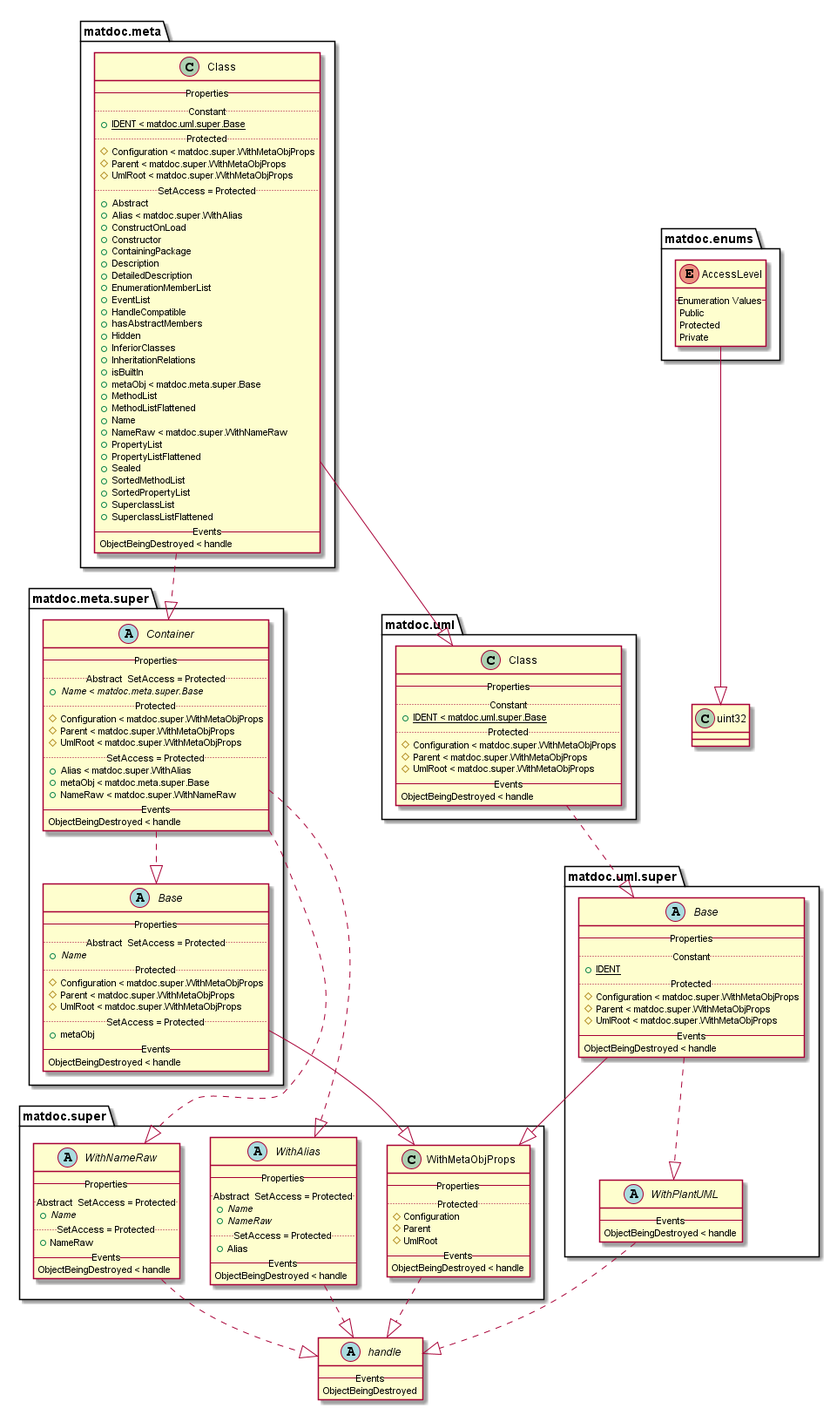
This is doc/uml-examples/export-class-HideMethods-true.png from flxdot/matdoc, a PlantUML export, as it was before one commit.
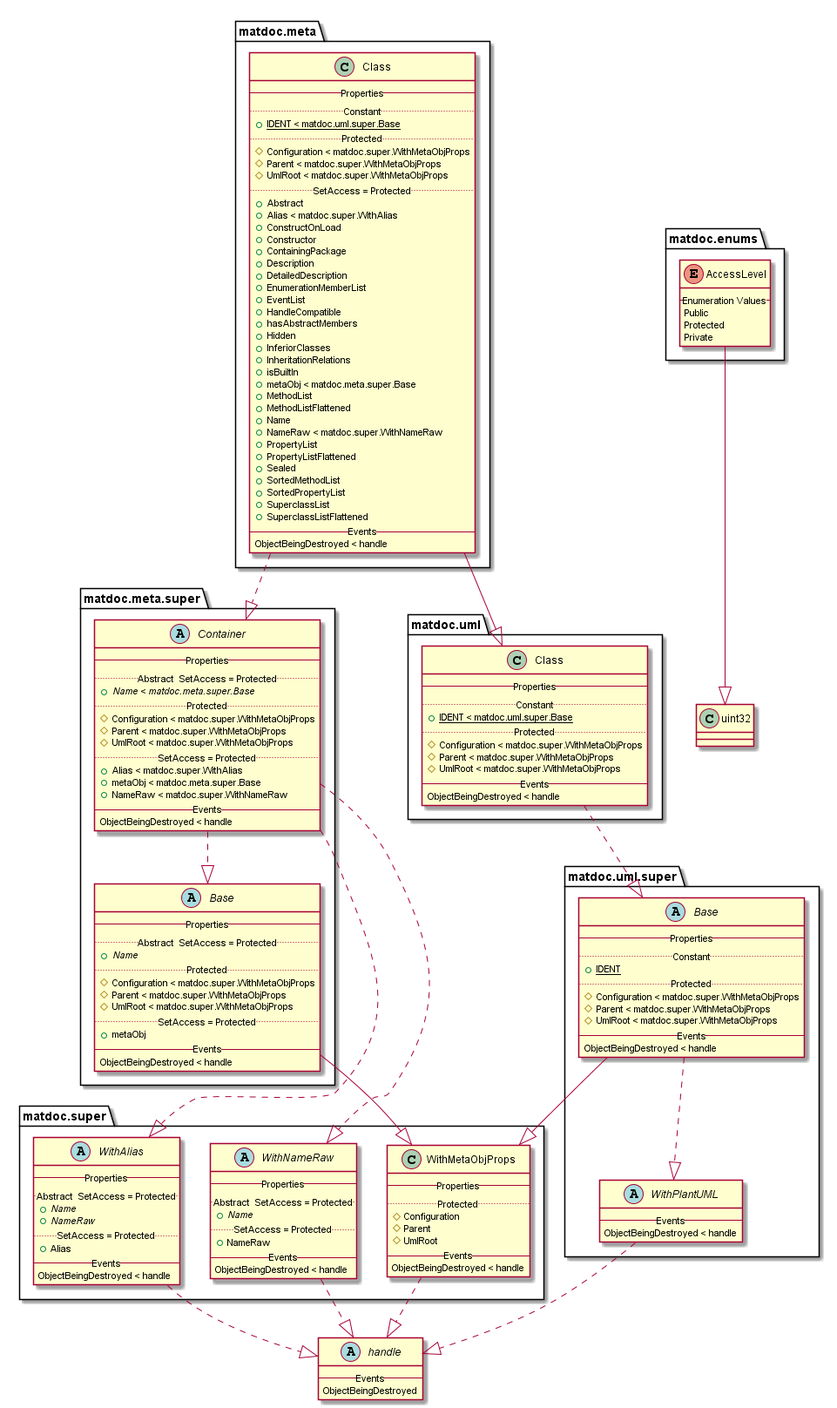
The same diagram one commit later.

The edit, as a diff of the source:
```diff
@@ -5,15 +5,12 @@
    ObjectBeingDestroyed
 }
 
-
 enum matdoc.enums.AccessLevel {
    -- Enumeration Values --
    Public
    Protected
    Private
 }
-
-matdoc.enums.AccessLevel --|> uint32
 
 class matdoc.meta.Class {
    -- Properties --
@@ -55,9 +52,6 @@
    ObjectBeingDestroyed < handle
 }
 
-matdoc.meta.Class ..|> matdoc.meta.super.Container
-matdoc.meta.Class --|> matdoc.uml.Class
-
 abstract class matdoc.meta.super.Base {
    -- Properties --
    .. Abstract  SetAccess = Protected ..
@@ -71,8 +65,6 @@
    -- Events --
    ObjectBeingDestroyed < handle
 }
-
-matdoc.meta.super.Base --|> matdoc.super.WithMetaObjProps
 
 abstract class matdoc.meta.super.Container {
    -- Properties --
@@ -90,10 +82,6 @@
    ObjectBeingDestroyed < handle
 }
 
-matdoc.meta.super.Container ..|> matdoc.meta.super.Base
-matdoc.meta.super.Container ..|> matdoc.super.WithNameRaw
-matdoc.meta.super.Container ..|> matdoc.super.WithAlias
-
 abstract class matdoc.super.WithAlias {
    -- Properties --
    .. Abstract  SetAccess = Protected ..
@@ -105,8 +93,6 @@
    ObjectBeingDestroyed < handle
 }
 
-matdoc.super.WithAlias ..|> handle
-
 class matdoc.super.WithMetaObjProps {
    -- Properties --
    .. Protected ..
@@ -117,8 +103,6 @@
    ObjectBeingDestroyed < handle
 }
 
-matdoc.super.WithMetaObjProps ..|> handle
-
 abstract class matdoc.super.WithNameRaw {
    -- Properties --
    .. Abstract  SetAccess = Protected ..
@@ -128,8 +112,6 @@
    -- Events --
    ObjectBeingDestroyed < handle
 }
-
-matdoc.super.WithNameRaw ..|> handle
 
 class matdoc.uml.Class {
    -- Properties --
@@ -143,8 +125,6 @@
    ObjectBeingDestroyed < handle
 }
 
-matdoc.uml.Class ..|> matdoc.uml.super.Base
-
 abstract class matdoc.uml.super.Base {
    -- Properties --
    .. Constant ..
@@ -157,18 +137,29 @@
    ObjectBeingDestroyed < handle
 }
 
-matdoc.uml.super.Base --|> matdoc.super.WithMetaObjProps
-matdoc.uml.super.Base ..|> matdoc.uml.super.WithPlantUML
-
 abstract class matdoc.uml.super.WithPlantUML {
    -- Events --
    ObjectBeingDestroyed < handle
 }
 
-matdoc.uml.super.WithPlantUML ..|> handle
-
 class uint32 {
 }
 
 
+matdoc.enums.AccessLevel --|> uint32
+matdoc.meta.Class ..|> matdoc.meta.super.Container
+matdoc.meta.Class --|> matdoc.uml.Class
+matdoc.meta.super.Base --|> matdoc.super.WithMetaObjProps
+matdoc.meta.super.Container ..|> matdoc.meta.super.Base
+matdoc.meta.super.Container ..|> matdoc.super.WithNameRaw
+matdoc.meta.super.Container ..|> matdoc.super.WithAlias
+matdoc.super.WithAlias ..|> handle
+matdoc.super.WithMetaObjProps ..|> handle
+matdoc.super.WithNameRaw ..|> handle
+matdoc.uml.Class ..|> matdoc.uml.super.Base
+matdoc.uml.super.Base --|> matdoc.super.WithMetaObjProps
+matdoc.uml.super.Base ..|> matdoc.uml.super.WithPlantUML
+matdoc.uml.super.WithPlantUML ..|> handle
+
+
 @enduml
```
